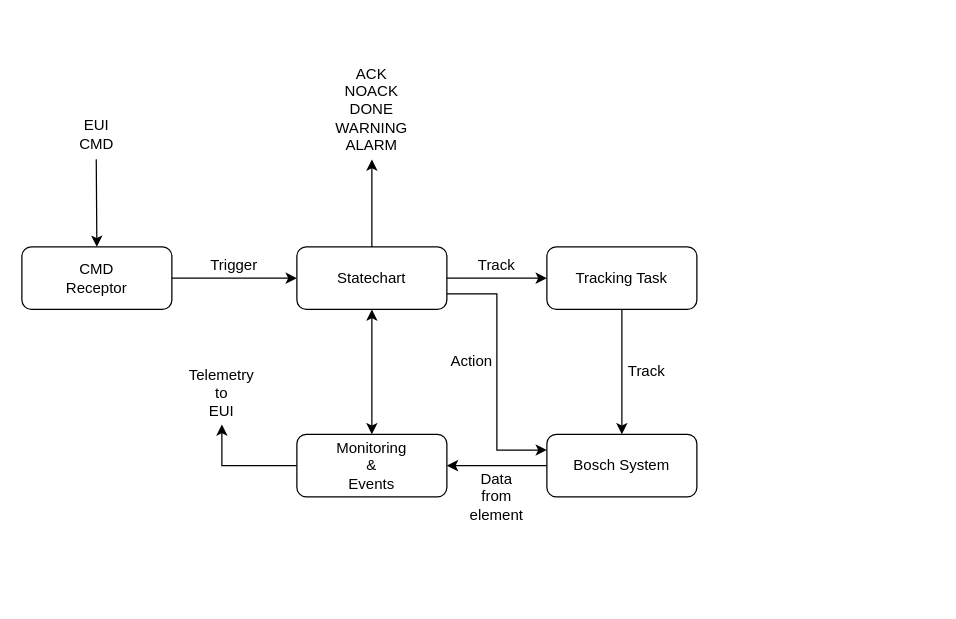
Earlier version of the draw.io diagram Resources/DrawIO/AzimuthAndCameraCableWrap/CCW_SubsystemStructure.drawio (lsst-ts/ts_tma_tma-documentation_pxi-controller_documentation). Source tidied: cells renumbered, new cells numbered last; positions are measured from the earlier drawing's top-left corner, leaving out a move shared by most shapes. Both pictures are drawn from the tidied source at 125%, with x=0, y=0 at pixel (21, 96).
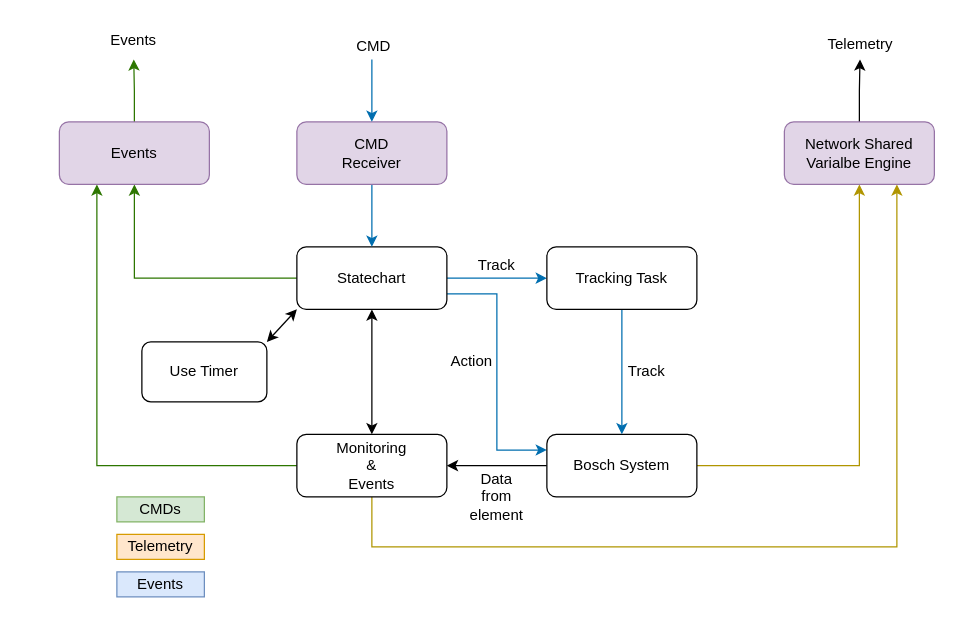
The same page after the edit.

The change refers to these unchanged cells:
```xml
<mxCell id="7" value="Statechart&lt;br&gt;" style="rounded=1;whiteSpace=wrap;html=1;" parent="1" vertex="1">
  <mxGeometry x="220" y="120" width="120" height="50" as="geometry" />
</mxCell>
<mxCell id="9" value="Bosch System" style="rounded=1;whiteSpace=wrap;html=1;" parent="1" vertex="1">
  <mxGeometry x="420" y="270" width="120" height="50" as="geometry" />
</mxCell>
<mxCell id="11" value="Monitoring&lt;br&gt;&amp;amp;&lt;br&gt;Events&lt;br&gt;" style="rounded=1;whiteSpace=wrap;html=1;" parent="1" vertex="1">
  <mxGeometry x="220" y="270" width="120" height="50" as="geometry" />
</mxCell>
<mxCell id="21" value="Tracking Task&lt;br&gt;" style="rounded=1;whiteSpace=wrap;html=1;" parent="1" vertex="1">
  <mxGeometry x="420" y="120" width="120" height="50" as="geometry" />
</mxCell>
```

Change to the diagram source:
```diff
@@
-    <mxCell id="2" style="edgeStyle=orthogonalEdgeStyle;rounded=0;html=1;exitX=1;exitY=0.5;entryX=0;entryY=0.5;jettySize=auto;" parent="1" edge="1" source="3" target="7">
-      <mxGeometry relative="1" as="geometry" />
-    </mxCell>
-    <mxCell id="3" value="CMD&lt;br&gt;Receptor&lt;br&gt;" style="rounded=1;whiteSpace=wrap;html=1;" parent="1" vertex="1">
-      <mxGeometry y="120" width="120" height="50" as="geometry" />
-    </mxCell>
-    <mxCell id="4" style="edgeStyle=orthogonalEdgeStyle;rounded=0;html=1;jettySize=auto;" parent="1" edge="1" source="7">
-      <mxGeometry relative="1" as="geometry">
-        <mxPoint x="280" y="50" as="targetPoint" />
-      </mxGeometry>
-    </mxCell>
-    <mxCell id="5" style="edgeStyle=orthogonalEdgeStyle;rounded=0;html=1;startArrow=none;startFill=0;jettySize=auto;entryX=0;entryY=0.25;entryDx=0;entryDy=0;exitX=1;exitY=0.75;exitDx=0;exitDy=0;" parent="1" edge="1" source="7" target="9">
+    <mxCell id="5" style="edgeStyle=orthogonalEdgeStyle;rounded=0;html=1;startArrow=none;startFill=0;jettySize=auto;entryX=0;entryY=0.25;entryDx=0;entryDy=0;exitX=1;exitY=0.75;exitDx=0;exitDy=0;fillColor=#1ba1e2;strokeColor=#006EAF;" parent="1" edge="1" source="7" target="9">
       <mxGeometry relative="1" as="geometry" />
     </mxCell>
-    <mxCell id="6" style="edgeStyle=orthogonalEdgeStyle;rounded=0;jettySize=auto;html=1;exitX=1;exitY=0.5;exitDx=0;exitDy=0;entryX=0;entryY=0.5;entryDx=0;entryDy=0;" parent="1" edge="1" source="7" target="21">
+    <mxCell id="6" style="edgeStyle=orthogonalEdgeStyle;rounded=0;jettySize=auto;html=1;exitX=1;exitY=0.5;exitDx=0;exitDy=0;entryX=0;entryY=0.5;entryDx=0;entryDy=0;fillColor=#1ba1e2;strokeColor=#006EAF;" parent="1" edge="1" source="7" target="21">
       <mxGeometry relative="1" as="geometry" />
     </mxCell>
+    <mxCell id="24" style="edgeStyle=orthogonalEdgeStyle;rounded=0;jettySize=auto;html=1;exitX=0;exitY=0.5;exitDx=0;exitDy=0;entryX=0.5;entryY=1;entryDx=0;entryDy=0;fillColor=#60a917;strokeColor=#2D7600;" parent="1" edge="1" source="7" target="32">
+      <mxGeometry relative="1" as="geometry" />
+    </mxCell>
+    <mxCell id="25" style="rounded=0;jettySize=auto;html=1;exitX=0;exitY=1;exitDx=0;exitDy=0;entryX=1;entryY=0;entryDx=0;entryDy=0;startArrow=classic;startFill=1;" parent="1" edge="1" source="7" target="42">
+      <mxGeometry relative="1" as="geometry" />
+    </mxCell>
@@
+    <mxCell id="26" style="edgeStyle=orthogonalEdgeStyle;rounded=0;jettySize=auto;html=1;exitX=1;exitY=0.5;exitDx=0;exitDy=0;entryX=0.5;entryY=1;entryDx=0;entryDy=0;fillColor=#e3c800;strokeColor=#B09500;" parent="1" edge="1" source="9" target="34">
+      <mxGeometry relative="1" as="geometry" />
+    </mxCell>
@@
-    <mxCell id="10" style="edgeStyle=orthogonalEdgeStyle;rounded=0;html=1;startArrow=none;startFill=0;jettySize=auto;" parent="1" edge="1" source="11" target="17">
-      <mxGeometry relative="1" as="geometry" />
-    </mxCell>
+    <mxCell id="27" style="edgeStyle=orthogonalEdgeStyle;rounded=0;jettySize=auto;html=1;exitX=0;exitY=0.5;exitDx=0;exitDy=0;entryX=0.25;entryY=1;entryDx=0;entryDy=0;fillColor=#60a917;strokeColor=#2D7600;" parent="1" edge="1" source="11" target="32">
+      <mxGeometry relative="1" as="geometry" />
+    </mxCell>
+    <mxCell id="28" style="edgeStyle=orthogonalEdgeStyle;rounded=0;jettySize=auto;html=1;exitX=0.5;exitY=1;exitDx=0;exitDy=0;entryX=0.75;entryY=1;entryDx=0;entryDy=0;fillColor=#e3c800;strokeColor=#B09500;" parent="1" edge="1" source="11" target="34">
+      <mxGeometry relative="1" as="geometry">
+        <Array as="points">
+          <mxPoint x="280" y="360" />
+          <mxPoint x="700" y="360" />
+        </Array>
+      </mxGeometry>
+    </mxCell>
@@
-    <mxCell id="12" style="endArrow=classic;html=1;" parent="1" edge="1">
-      <mxGeometry relative="1" as="geometry">
-        <mxPoint x="59.5" y="50" as="sourcePoint" />
-        <mxPoint x="60" y="120" as="targetPoint" />
-      </mxGeometry>
-    </mxCell>
-    <mxCell id="13" value="EUI CMD" style="text;html=1;strokeColor=none;fillColor=none;align=center;verticalAlign=middle;whiteSpace=wrap;rounded=0;" parent="1" vertex="1">
-      <mxGeometry x="40" y="20" width="40" height="20" as="geometry" />
-    </mxCell>
-    <mxCell id="14" value="Trigger" style="text;html=1;strokeColor=none;fillColor=none;align=center;verticalAlign=middle;whiteSpace=wrap;rounded=0;" parent="1" vertex="1">
-      <mxGeometry x="150" y="125" width="40" height="20" as="geometry" />
-    </mxCell>
-    <mxCell id="15" value="ACK&lt;br&gt;NOACK&lt;br&gt;DONE&lt;br&gt;WARNING&lt;br&gt;ALARM&lt;br&gt;" style="text;html=1;strokeColor=none;fillColor=none;align=center;verticalAlign=middle;whiteSpace=wrap;rounded=0;" parent="1" vertex="1">
-      <mxGeometry x="260" width="40" height="20" as="geometry" />
-    </mxCell>
@@
-    <mxCell id="17" value="Telemetry&lt;br&gt;to&lt;br&gt;EUI&lt;br&gt;" style="text;html=1;strokeColor=none;fillColor=none;align=center;verticalAlign=middle;whiteSpace=wrap;rounded=0;" parent="1" vertex="1">
-      <mxGeometry x="130" y="212" width="60" height="50" as="geometry" />
-    </mxCell>
@@
-    <mxCell id="20" style="edgeStyle=orthogonalEdgeStyle;rounded=0;jettySize=auto;html=1;entryX=0.5;entryY=0;entryDx=0;entryDy=0;" parent="1" edge="1" source="21" target="9">
+    <mxCell id="20" style="edgeStyle=orthogonalEdgeStyle;rounded=0;jettySize=auto;html=1;entryX=0.5;entryY=0;entryDx=0;entryDy=0;fillColor=#1ba1e2;strokeColor=#006EAF;" parent="1" edge="1" source="21" target="9">
       <mxGeometry relative="1" as="geometry" />
     </mxCell>
@@
+    <mxCell id="29" style="edgeStyle=orthogonalEdgeStyle;rounded=0;jettySize=auto;html=1;exitX=0.5;exitY=1;exitDx=0;exitDy=0;entryX=0.5;entryY=0;entryDx=0;entryDy=0;fillColor=#1ba1e2;strokeColor=#006EAF;" parent="1" edge="1" source="30" target="7">
+      <mxGeometry relative="1" as="geometry" />
+    </mxCell>
+    <mxCell id="30" value="CMD&lt;br&gt;Receiver" style="rounded=1;whiteSpace=wrap;html=1;fillColor=#e1d5e7;strokeColor=#9673a6;" parent="1" vertex="1">
+      <mxGeometry x="220" y="20" width="120" height="50" as="geometry" />
+    </mxCell>
+    <mxCell id="31" style="edgeStyle=orthogonalEdgeStyle;rounded=0;jettySize=auto;html=1;exitX=0.5;exitY=0;exitDx=0;exitDy=0;entryX=0.5;entryY=1;entryDx=0;entryDy=0;fillColor=#60a917;strokeColor=#2D7600;" parent="1" edge="1" source="32" target="40">
+      <mxGeometry relative="1" as="geometry" />
+    </mxCell>
+    <mxCell id="32" value="Events" style="rounded=1;whiteSpace=wrap;html=1;fillColor=#e1d5e7;strokeColor=#9673a6;" parent="1" vertex="1">
+      <mxGeometry x="30" y="20" width="120" height="50" as="geometry" />
+    </mxCell>
+    <mxCell id="33" style="edgeStyle=orthogonalEdgeStyle;rounded=0;jettySize=auto;html=1;exitX=0.5;exitY=0;exitDx=0;exitDy=0;entryX=0.5;entryY=1;entryDx=0;entryDy=0;" parent="1" edge="1" source="34" target="41">
+      <mxGeometry relative="1" as="geometry" />
+    </mxCell>
+    <mxCell id="34" value="Network Shared Varialbe Engine" style="rounded=1;whiteSpace=wrap;html=1;fillColor=#e1d5e7;strokeColor=#9673a6;" parent="1" vertex="1">
+      <mxGeometry x="610" y="20" width="120" height="50" as="geometry" />
+    </mxCell>
+    <mxCell id="35" value="&lt;font color=&quot;#000000&quot;&gt;CMDs&lt;/font&gt;" style="rounded=0;whiteSpace=wrap;html=1;align=center;gradientDirection=east;strokeColor=#82b366;fillColor=#d5e8d4;" parent="1" vertex="1">
+      <mxGeometry x="76" y="320" width="70" height="20" as="geometry" />
+    </mxCell>
+    <mxCell id="36" value="&lt;font color=&quot;#000000&quot;&gt;Telemetry&lt;/font&gt;" style="rounded=0;whiteSpace=wrap;html=1;align=center;gradientDirection=east;strokeColor=#d79b00;fillColor=#ffe6cc;" parent="1" vertex="1">
+      <mxGeometry x="76" y="350" width="70" height="20" as="geometry" />
+    </mxCell>
+    <mxCell id="37" value="&lt;font color=&quot;#000000&quot;&gt;Events&lt;/font&gt;" style="rounded=0;whiteSpace=wrap;html=1;align=center;gradientDirection=east;strokeColor=#6c8ebf;fillColor=#dae8fc;" parent="1" vertex="1">
+      <mxGeometry x="76" y="380" width="70" height="20" as="geometry" />
+    </mxCell>
+    <mxCell id="38" style="edgeStyle=orthogonalEdgeStyle;rounded=0;jettySize=auto;html=1;exitX=0.5;exitY=1;exitDx=0;exitDy=0;entryX=0.5;entryY=0;entryDx=0;entryDy=0;fillColor=#1ba1e2;strokeColor=#006EAF;" parent="1" edge="1" source="39" target="30">
+      <mxGeometry relative="1" as="geometry" />
+    </mxCell>
+    <mxCell id="39" value="&amp;nbsp;CMD" style="text;html=1;strokeColor=none;fillColor=none;align=center;verticalAlign=middle;whiteSpace=wrap;rounded=0;" parent="1" vertex="1">
+      <mxGeometry x="260" y="-50" width="40" height="20" as="geometry" />
+    </mxCell>
+    <mxCell id="40" value="Events" style="text;html=1;strokeColor=none;fillColor=none;align=center;verticalAlign=middle;whiteSpace=wrap;rounded=0;" parent="1" vertex="1">
+      <mxGeometry x="57" y="-60" width="65" height="30" as="geometry" />
+    </mxCell>
+    <mxCell id="41" value="Telemetry" style="text;html=1;strokeColor=none;fillColor=none;align=center;verticalAlign=middle;whiteSpace=wrap;rounded=0;" parent="1" vertex="1">
+      <mxGeometry x="640.5" y="-55" width="60" height="25" as="geometry" />
+    </mxCell>
+    <mxCell id="42" value="Use Timer" style="rounded=1;whiteSpace=wrap;html=1;" parent="1" vertex="1">
+      <mxGeometry x="96" y="196" width="100" height="48" as="geometry" />
+    </mxCell>
```
